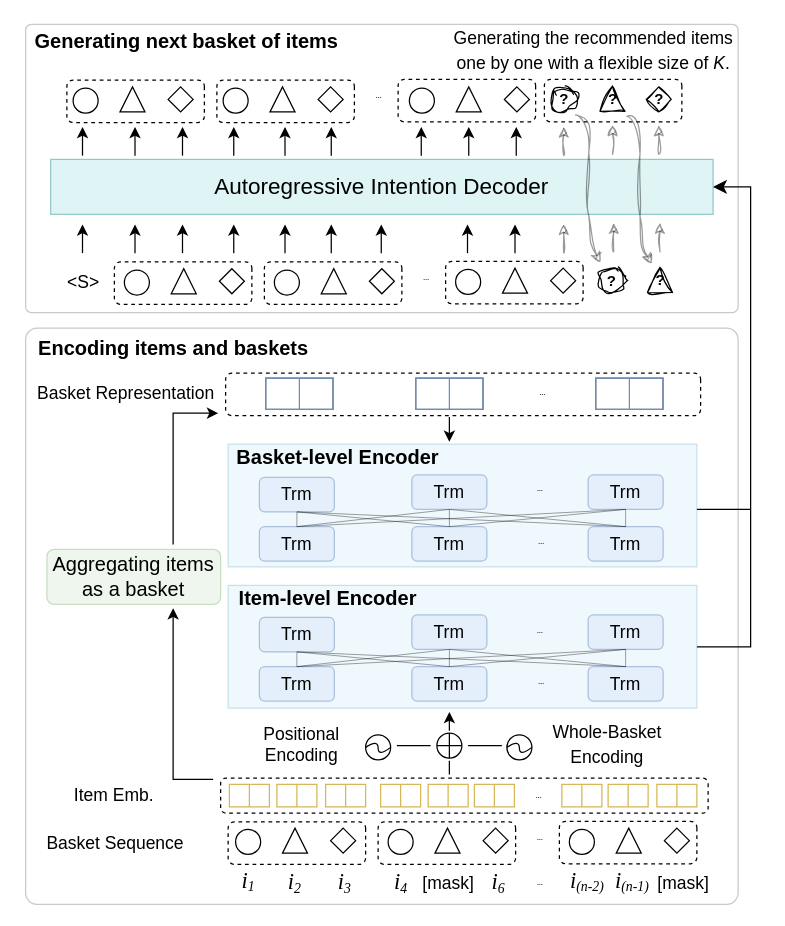
wenqisun/data keeps this draw.io diagram as architecture.drawio. Above is the earlier version. Source tidied: cells renumbered, new cells numbered last; positions are measured from the earlier drawing's top-left corner, leaving out a move shared by most shapes. Both pictures are drawn from the tidied source at 125%, with x=0, y=0 at pixel (21, 21).
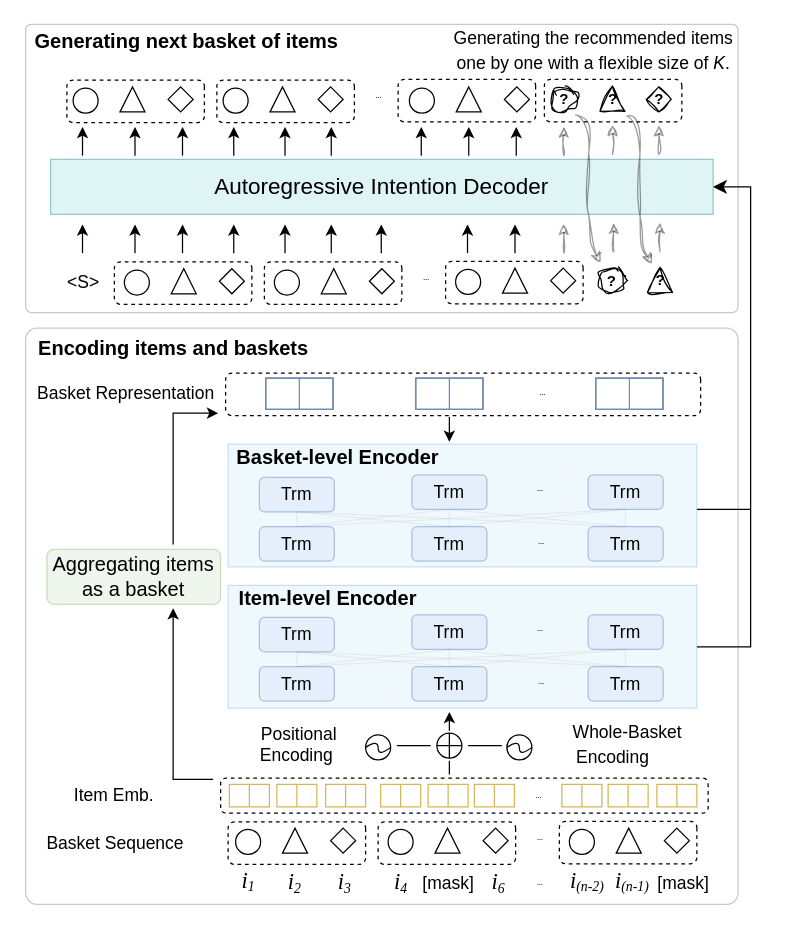
After the change.

Unchanged cells that the change refers to:
```xml
<mxCell id="76" style="group;" parent="1" vertex="1">
  <mxGeometry x="164" y="445" width="376" height="116" as="geometry" />
</mxCell>
<mxCell id="179" value="&lt;font style=&quot;font-size: 14px;&quot;&gt;Trm&lt;/font&gt;" style="rounded=1;whiteSpace=wrap;html=1;fillColor=#dae8fc;strokeColor=#6c8ebf;gradientColor=none;opacity=50;" parent="1" vertex="1">
  <mxGeometry x="190" y="364.4" width="60" height="27.6" as="geometry" />
</mxCell>
<mxCell id="180" value="&lt;font style=&quot;font-size: 14px;&quot;&gt;Trm&lt;/font&gt;" style="rounded=1;whiteSpace=wrap;html=1;fillColor=#dae8fc;strokeColor=#6c8ebf;opacity=50;" parent="1" vertex="1">
  <mxGeometry x="312" y="362.4" width="60" height="27.6" as="geometry" />
</mxCell>
<mxCell id="181" value="&lt;font style=&quot;font-size: 14px;&quot;&gt;Trm&lt;/font&gt;" style="rounded=1;whiteSpace=wrap;html=1;fillColor=#dae8fc;strokeColor=#6c8ebf;opacity=50;" parent="1" vertex="1">
  <mxGeometry x="453" y="362.4" width="60" height="27.6" as="geometry" />
</mxCell>
<mxCell id="182" value="&lt;font style=&quot;font-size: 14px;&quot;&gt;Trm&lt;/font&gt;" style="rounded=1;whiteSpace=wrap;html=1;fillColor=#dae8fc;strokeColor=#6c8ebf;opacity=50;" parent="1" vertex="1">
  <mxGeometry x="190" y="403.8" width="60" height="27.6" as="geometry" />
</mxCell>
<mxCell id="183" value="&lt;font style=&quot;font-size: 14px;&quot;&gt;Trm&lt;/font&gt;" style="rounded=1;whiteSpace=wrap;html=1;fillColor=#dae8fc;strokeColor=#6c8ebf;opacity=50;" parent="1" vertex="1">
  <mxGeometry x="312" y="403.8" width="60" height="27.6" as="geometry" />
</mxCell>
<mxCell id="184" value="&lt;font style=&quot;font-size: 14px;&quot;&gt;Trm&lt;/font&gt;" style="rounded=1;whiteSpace=wrap;html=1;fillColor=#dae8fc;strokeColor=#6c8ebf;opacity=50;" parent="1" vertex="1">
  <mxGeometry x="453" y="403.8" width="60" height="27.6" as="geometry" />
</mxCell>
```

Change to the diagram source:
```diff
@@
-    <mxCell id="78" value="&lt;font style=&quot;font-size: 14px;&quot;&gt;Trm&lt;/font&gt;" style="rounded=1;whiteSpace=wrap;html=1;fillColor=#dae8fc;strokeColor=#6c8ebf;gradientColor=none;opacity=50;" parent="76" vertex="1">
-      <mxGeometry x="26" y="31.4" width="60" height="27.6" as="geometry" />
-    </mxCell>
-    <mxCell id="79" value="&lt;font style=&quot;font-size: 14px;&quot;&gt;Trm&lt;/font&gt;" style="rounded=1;whiteSpace=wrap;html=1;fillColor=#dae8fc;strokeColor=#6c8ebf;opacity=50;" parent="76" vertex="1">
-      <mxGeometry x="148" y="29.4" width="60" height="27.6" as="geometry" />
-    </mxCell>
-    <mxCell id="80" value="&lt;font style=&quot;font-size: 14px;&quot;&gt;Trm&lt;/font&gt;" style="rounded=1;whiteSpace=wrap;html=1;fillColor=#dae8fc;strokeColor=#6c8ebf;opacity=50;" parent="76" vertex="1">
-      <mxGeometry x="289" y="29.4" width="60" height="27.6" as="geometry" />
-    </mxCell>
-    <mxCell id="81" value="&lt;font style=&quot;font-size: 14px;&quot;&gt;Trm&lt;/font&gt;" style="rounded=1;whiteSpace=wrap;html=1;fillColor=#dae8fc;strokeColor=#6c8ebf;opacity=50;" parent="76" vertex="1">
-      <mxGeometry x="26" y="70.8" width="60" height="27.6" as="geometry" />
-    </mxCell>
-    <mxCell id="82" value="&lt;font style=&quot;font-size: 14px;&quot;&gt;Trm&lt;/font&gt;" style="rounded=1;whiteSpace=wrap;html=1;fillColor=#dae8fc;strokeColor=#6c8ebf;opacity=50;" parent="76" vertex="1">
-      <mxGeometry x="148" y="70.8" width="60" height="27.6" as="geometry" />
-    </mxCell>
-    <mxCell id="83" value="&lt;font style=&quot;font-size: 14px;&quot;&gt;Trm&lt;/font&gt;" style="rounded=1;whiteSpace=wrap;html=1;fillColor=#dae8fc;strokeColor=#6c8ebf;opacity=50;" parent="76" vertex="1">
-      <mxGeometry x="289" y="70.8" width="60" height="27.6" as="geometry" />
-    </mxCell>
-    <mxCell id="84" value="&lt;p style=&quot;line-height: 0%;&quot;&gt;&lt;font face=&quot;Comic Sans MS&quot;&gt;&lt;span style=&quot;font-size: 11px;&quot;&gt;...&lt;/span&gt;&lt;/font&gt;&lt;/p&gt;" style="text;strokeColor=none;align=center;fillColor=none;html=1;verticalAlign=middle;whiteSpace=wrap;rounded=0;dashed=1;" parent="76" vertex="1">
-      <mxGeometry x="236" y="25.8" width="30" height="27.6" as="geometry" />
-    </mxCell>
-    <mxCell id="85" value="&lt;p style=&quot;line-height: 0%;&quot;&gt;&lt;font face=&quot;Comic Sans MS&quot;&gt;&lt;span style=&quot;font-size: 11px;&quot;&gt;...&lt;/span&gt;&lt;/font&gt;&lt;/p&gt;" style="text;strokeColor=none;align=center;fillColor=none;html=1;verticalAlign=middle;whiteSpace=wrap;rounded=0;dashed=1;" parent="76" vertex="1">
-      <mxGeometry x="237" y="67.1" width="30" height="27.6" as="geometry" />
-    </mxCell>
@@
-    <mxCell id="87" style="endArrow=none;html=1;rounded=0;entryX=0.5;entryY=1;entryDx=0;entryDy=0;strokeWidth=0.3;exitX=0.5;exitY=0;exitDx=0;exitDy=0;" parent="76" edge="1" source="82" target="80">
-      <mxGeometry relative="1" as="geometry" />
-    </mxCell>
-    <mxCell id="88" style="endArrow=none;html=1;rounded=0;entryX=0.5;entryY=0;entryDx=0;entryDy=0;strokeWidth=0.3;exitX=0.5;exitY=1;exitDx=0;exitDy=0;" parent="76" edge="1" source="78" target="81">
-      <mxGeometry relative="1" as="geometry" />
-    </mxCell>
-    <mxCell id="89" style="endArrow=none;html=1;rounded=0;entryX=0.5;entryY=1;entryDx=0;entryDy=0;strokeWidth=0.3;exitX=0.5;exitY=0;exitDx=0;exitDy=0;" parent="76" edge="1" source="82" target="78">
-      <mxGeometry relative="1" as="geometry" />
-    </mxCell>
-    <mxCell id="90" style="endArrow=none;html=1;rounded=0;entryX=0.5;entryY=1;entryDx=0;entryDy=0;strokeWidth=0.3;exitX=0.5;exitY=0;exitDx=0;exitDy=0;" parent="76" edge="1" source="83" target="78">
-      <mxGeometry relative="1" as="geometry" />
-    </mxCell>
-    <mxCell id="91" style="endArrow=none;html=1;rounded=0;entryX=0.5;entryY=1;entryDx=0;entryDy=0;strokeWidth=0.3;exitX=0.5;exitY=0;exitDx=0;exitDy=0;" parent="76" edge="1" source="81" target="79">
-      <mxGeometry relative="1" as="geometry" />
-    </mxCell>
-    <mxCell id="92" style="endArrow=none;html=1;rounded=0;entryX=0.5;entryY=1;entryDx=0;entryDy=0;strokeWidth=0.3;exitX=0.5;exitY=0;exitDx=0;exitDy=0;" parent="76" edge="1" source="82" target="79">
-      <mxGeometry relative="1" as="geometry" />
-    </mxCell>
-    <mxCell id="93" style="endArrow=none;html=1;rounded=0;entryX=0.5;entryY=0;entryDx=0;entryDy=0;strokeWidth=0.3;exitX=0.5;exitY=1;exitDx=0;exitDy=0;" parent="76" edge="1" source="79" target="83">
-      <mxGeometry relative="1" as="geometry" />
-    </mxCell>
-    <mxCell id="94" style="endArrow=none;html=1;rounded=0;entryX=0.5;entryY=0;entryDx=0;entryDy=0;strokeWidth=0.3;exitX=0.5;exitY=1;exitDx=0;exitDy=0;" parent="76" edge="1" source="80" target="83">
-      <mxGeometry relative="1" as="geometry" />
-    </mxCell>
-    <mxCell id="95" style="endArrow=none;html=1;rounded=0;entryX=0.5;entryY=0;entryDx=0;entryDy=0;strokeWidth=0.3;exitX=0.5;exitY=1;exitDx=0;exitDy=0;" parent="76" edge="1" source="80" target="81">
-      <mxGeometry relative="1" as="geometry" />
-    </mxCell>
@@
-    <mxCell id="104" value="&lt;font style=&quot;font-size: 14px;&quot;&gt;Positional Encoding&lt;/font&gt;" style="text;strokeColor=none;align=center;fillColor=none;html=1;verticalAlign=middle;whiteSpace=wrap;rounded=0;fontSize=14;" parent="1" vertex="1">
-      <mxGeometry x="184" y="560" width="80" height="36" as="geometry" />
+    <mxCell id="104" value="&lt;font style=&quot;font-size: 14px;&quot;&gt;&amp;nbsp;Positional Encoding&lt;/font&gt;" style="text;strokeColor=none;align=center;fillColor=none;html=1;verticalAlign=middle;whiteSpace=wrap;rounded=0;fontSize=14;" parent="1" vertex="1">
+      <mxGeometry x="180" y="560" width="80" height="36" as="geometry" />
     </mxCell>
-    <mxCell id="105" value="&lt;font style=&quot;font-size: 14px;&quot;&gt;Whole-Basket Encoding&lt;/font&gt;" style="text;strokeColor=none;align=center;fillColor=none;html=1;verticalAlign=middle;whiteSpace=wrap;rounded=0;fontSize=16;" parent="1" vertex="1">
-      <mxGeometry x="416.5" y="562" width="103" height="30" as="geometry" />
+    <mxCell id="105" value="&lt;font style=&quot;font-size: 14px;&quot;&gt;&amp;nbsp; &amp;nbsp; &amp;nbsp; Whole-Basket Encoding&lt;/font&gt;" style="text;strokeColor=none;align=center;fillColor=none;html=1;verticalAlign=middle;whiteSpace=wrap;rounded=0;fontSize=16;" parent="1" vertex="1">
+      <mxGeometry x="413" y="562" width="120" height="30" as="geometry" />
     </mxCell>
@@
-    <mxCell id="186" style="endArrow=none;html=1;rounded=0;entryX=0.5;entryY=1;entryDx=0;entryDy=0;strokeWidth=0.3;exitX=0.5;exitY=0;exitDx=0;exitDy=0;" parent="1" edge="1" source="183" target="181">
-      <mxGeometry relative="1" as="geometry" />
-    </mxCell>
+    <mxCell id="195" value="&lt;p style=&quot;line-height: 0%;&quot;&gt;&lt;font face=&quot;Comic Sans MS&quot;&gt;&lt;span style=&quot;font-size: 11px;&quot;&gt;...&lt;/span&gt;&lt;/font&gt;&lt;/p&gt;" style="text;strokeColor=none;align=center;fillColor=none;html=1;verticalAlign=middle;whiteSpace=wrap;rounded=0;dashed=1;" parent="1" vertex="1">
+      <mxGeometry x="400" y="357.8" width="30" height="27.6" as="geometry" />
+    </mxCell>
-    <mxCell id="187" style="endArrow=none;html=1;rounded=0;entryX=0.5;entryY=0;entryDx=0;entryDy=0;strokeWidth=0.3;exitX=0.5;exitY=1;exitDx=0;exitDy=0;" parent="1" edge="1" source="179" target="182">
+    <mxCell id="187" style="endArrow=none;html=1;rounded=0;strokeColor=#737373;strokeWidth=0.1;exitX=0.5;exitY=1;exitDx=0;exitDy=0;entryX=0.5;entryY=0;entryDx=0;entryDy=0;" parent="1" edge="1" source="179" target="182">
       <mxGeometry relative="1" as="geometry" />
     </mxCell>
+    <mxCell id="196" style="endArrow=none;html=1;rounded=0;strokeColor=#737373;strokeWidth=0.1;exitX=0.5;exitY=1;exitDx=0;exitDy=0;entryX=0.5;entryY=0;entryDx=0;entryDy=0;" parent="1" edge="1" source="180" target="182">
+      <mxGeometry relative="1" as="geometry" />
+    </mxCell>
+    <mxCell id="189" style="endArrow=none;html=1;rounded=0;strokeColor=#737373;strokeWidth=0.1;exitX=0.5;exitY=0;exitDx=0;exitDy=0;entryX=0.5;entryY=1;entryDx=0;entryDy=0;" parent="1" edge="1" source="184" target="179">
+      <mxGeometry relative="1" as="geometry" />
+    </mxCell>
-    <mxCell id="188" style="endArrow=none;html=1;rounded=0;entryX=0.5;entryY=1;entryDx=0;entryDy=0;strokeWidth=0.3;exitX=0.5;exitY=0;exitDx=0;exitDy=0;" parent="1" edge="1" source="183" target="179">
+    <mxCell id="188" style="endArrow=none;html=1;rounded=0;strokeColor=#737373;strokeWidth=0.1;exitX=0.5;exitY=0;exitDx=0;exitDy=0;entryX=0.5;entryY=1;entryDx=0;entryDy=0;" parent="1" edge="1" source="183" target="179">
       <mxGeometry relative="1" as="geometry" />
     </mxCell>
-    <mxCell id="189" style="endArrow=none;html=1;rounded=0;entryX=0.5;entryY=1;entryDx=0;entryDy=0;strokeWidth=0.3;exitX=0.5;exitY=0;exitDx=0;exitDy=0;" parent="1" edge="1" source="184" target="179">
-      <mxGeometry relative="1" as="geometry" />
-    </mxCell>
-    <mxCell id="190" style="endArrow=none;html=1;rounded=0;entryX=0.5;entryY=1;entryDx=0;entryDy=0;strokeWidth=0.3;exitX=0.5;exitY=0;exitDx=0;exitDy=0;" parent="1" edge="1" source="182" target="180">
-      <mxGeometry relative="1" as="geometry" />
-    </mxCell>
+    <mxCell id="197" style="endArrow=none;html=1;rounded=0;strokeColor=#737373;strokeWidth=0.1;exitX=0.5;exitY=0;exitDx=0;exitDy=0;entryX=0.5;entryY=1;entryDx=0;entryDy=0;" parent="1" edge="1" source="184" target="181">
+      <mxGeometry relative="1" as="geometry" />
+    </mxCell>
+    <mxCell id="198" style="endArrow=none;html=1;rounded=0;strokeColor=#737373;strokeWidth=0.1;exitX=0.5;exitY=1;exitDx=0;exitDy=0;entryX=0.5;entryY=0;entryDx=0;entryDy=0;" parent="1" edge="1" source="181" target="183">
+      <mxGeometry relative="1" as="geometry" />
+    </mxCell>
+    <mxCell id="194" style="endArrow=none;html=1;rounded=0;strokeColor=#737373;strokeWidth=0.1;exitX=0.5;exitY=1;exitDx=0;exitDy=0;entryX=0.5;entryY=0;entryDx=0;entryDy=0;" parent="1" edge="1" source="181" target="182">
+      <mxGeometry relative="1" as="geometry" />
+    </mxCell>
+    <mxCell id="192" style="endArrow=none;html=1;rounded=0;strokeColor=#737373;strokeWidth=0.1;exitX=0.5;exitY=1;exitDx=0;exitDy=0;entryX=0.5;entryY=0;entryDx=0;entryDy=0;" parent="1" edge="1" source="180" target="184">
+      <mxGeometry relative="1" as="geometry" />
+    </mxCell>
-    <mxCell id="191" style="endArrow=none;html=1;rounded=0;entryX=0.5;entryY=1;entryDx=0;entryDy=0;strokeWidth=0.3;exitX=0.5;exitY=0;exitDx=0;exitDy=0;" parent="1" edge="1" source="183" target="180">
+    <mxCell id="191" style="endArrow=none;html=1;rounded=0;strokeColor=#737373;strokeWidth=0.1;exitX=0.5;exitY=0;exitDx=0;exitDy=0;entryX=0.5;entryY=1;entryDx=0;entryDy=0;" parent="1" edge="1" source="183" target="180">
       <mxGeometry relative="1" as="geometry" />
     </mxCell>
-    <mxCell id="192" style="endArrow=none;html=1;rounded=0;entryX=0.5;entryY=0;entryDx=0;entryDy=0;strokeWidth=0.3;exitX=0.5;exitY=1;exitDx=0;exitDy=0;" parent="1" edge="1" source="180" target="184">
-      <mxGeometry relative="1" as="geometry" />
-    </mxCell>
-    <mxCell id="193" style="endArrow=none;html=1;rounded=0;entryX=0.5;entryY=0;entryDx=0;entryDy=0;strokeWidth=0.3;exitX=0.5;exitY=1;exitDx=0;exitDy=0;" parent="1" edge="1" source="181" target="184">
-      <mxGeometry relative="1" as="geometry" />
-    </mxCell>
-    <mxCell id="194" style="endArrow=none;html=1;rounded=0;entryX=0.5;entryY=0;entryDx=0;entryDy=0;strokeWidth=0.3;exitX=0.5;exitY=1;exitDx=0;exitDy=0;" parent="1" edge="1" source="181" target="182">
-      <mxGeometry relative="1" as="geometry" />
-    </mxCell>
-    <mxCell id="195" value="&lt;p style=&quot;line-height: 0%;&quot;&gt;&lt;font face=&quot;Comic Sans MS&quot;&gt;&lt;span style=&quot;font-size: 11px;&quot;&gt;...&lt;/span&gt;&lt;/font&gt;&lt;/p&gt;" style="text;strokeColor=none;align=center;fillColor=none;html=1;verticalAlign=middle;whiteSpace=wrap;rounded=0;dashed=1;" parent="1" vertex="1">
-      <mxGeometry x="400" y="357.8" width="30" height="27.6" as="geometry" />
-    </mxCell>
+    <mxCell id="78" value="&lt;font style=&quot;font-size: 14px;&quot;&gt;Trm&lt;/font&gt;" style="rounded=1;whiteSpace=wrap;html=1;fillColor=#dae8fc;strokeColor=#6c8ebf;gradientColor=none;opacity=50;" parent="1" vertex="1">
+      <mxGeometry x="190" y="476.4" width="60" height="27.6" as="geometry" />
+    </mxCell>
+    <mxCell id="199" value="&lt;font style=&quot;font-size: 14px;&quot;&gt;Trm&lt;/font&gt;" style="rounded=1;whiteSpace=wrap;html=1;fillColor=#dae8fc;strokeColor=#6c8ebf;opacity=50;" parent="1" vertex="1">
+      <mxGeometry x="312" y="474.4" width="60" height="27.6" as="geometry" />
+    </mxCell>
+    <mxCell id="200" value="&lt;font style=&quot;font-size: 14px;&quot;&gt;Trm&lt;/font&gt;" style="rounded=1;whiteSpace=wrap;html=1;fillColor=#dae8fc;strokeColor=#6c8ebf;opacity=50;" parent="1" vertex="1">
+      <mxGeometry x="453" y="474.4" width="60" height="27.6" as="geometry" />
+    </mxCell>
+    <mxCell id="201" value="&lt;font style=&quot;font-size: 14px;&quot;&gt;Trm&lt;/font&gt;" style="rounded=1;whiteSpace=wrap;html=1;fillColor=#dae8fc;strokeColor=#6c8ebf;opacity=50;" parent="1" vertex="1">
+      <mxGeometry x="190" y="515.8" width="60" height="27.6" as="geometry" />
+    </mxCell>
+    <mxCell id="202" value="&lt;font style=&quot;font-size: 14px;&quot;&gt;Trm&lt;/font&gt;" style="rounded=1;whiteSpace=wrap;html=1;fillColor=#dae8fc;strokeColor=#6c8ebf;opacity=50;" parent="1" vertex="1">
+      <mxGeometry x="312" y="515.8" width="60" height="27.6" as="geometry" />
+    </mxCell>
+    <mxCell id="203" value="&lt;font style=&quot;font-size: 14px;&quot;&gt;Trm&lt;/font&gt;" style="rounded=1;whiteSpace=wrap;html=1;fillColor=#dae8fc;strokeColor=#6c8ebf;opacity=50;" parent="1" vertex="1">
+      <mxGeometry x="453" y="515.8" width="60" height="27.6" as="geometry" />
+    </mxCell>
+    <mxCell id="204" value="&lt;p style=&quot;line-height: 0%;&quot;&gt;&lt;font face=&quot;Comic Sans MS&quot;&gt;&lt;span style=&quot;font-size: 11px;&quot;&gt;...&lt;/span&gt;&lt;/font&gt;&lt;/p&gt;" style="text;strokeColor=none;align=center;fillColor=none;html=1;verticalAlign=middle;whiteSpace=wrap;rounded=0;dashed=1;" parent="1" vertex="1">
+      <mxGeometry x="401" y="512.1" width="30" height="27.6" as="geometry" />
+    </mxCell>
+    <mxCell id="205" value="&lt;p style=&quot;line-height: 0%;&quot;&gt;&lt;font face=&quot;Comic Sans MS&quot;&gt;&lt;span style=&quot;font-size: 11px;&quot;&gt;...&lt;/span&gt;&lt;/font&gt;&lt;/p&gt;" style="text;strokeColor=none;align=center;fillColor=none;html=1;verticalAlign=middle;whiteSpace=wrap;rounded=0;dashed=1;" parent="1" vertex="1">
+      <mxGeometry x="400" y="469.8" width="30" height="27.6" as="geometry" />
+    </mxCell>
+    <mxCell id="206" style="endArrow=none;html=1;rounded=0;strokeColor=#737373;strokeWidth=0.1;exitX=0.5;exitY=1;exitDx=0;exitDy=0;entryX=0.5;entryY=0;entryDx=0;entryDy=0;" parent="1" edge="1" source="78" target="201">
+      <mxGeometry relative="1" as="geometry" />
+    </mxCell>
+    <mxCell id="207" style="endArrow=none;html=1;rounded=0;strokeColor=#737373;strokeWidth=0.1;exitX=0.5;exitY=1;exitDx=0;exitDy=0;entryX=0.5;entryY=0;entryDx=0;entryDy=0;" parent="1" edge="1" source="199" target="201">
+      <mxGeometry relative="1" as="geometry" />
+    </mxCell>
+    <mxCell id="208" style="endArrow=none;html=1;rounded=0;strokeColor=#737373;strokeWidth=0.1;exitX=0.5;exitY=0;exitDx=0;exitDy=0;entryX=0.5;entryY=1;entryDx=0;entryDy=0;" parent="1" edge="1" source="203" target="78">
+      <mxGeometry relative="1" as="geometry" />
+    </mxCell>
+    <mxCell id="209" style="endArrow=none;html=1;rounded=0;strokeColor=#737373;strokeWidth=0.1;exitX=0.5;exitY=0;exitDx=0;exitDy=0;entryX=0.5;entryY=1;entryDx=0;entryDy=0;" parent="1" edge="1" source="202" target="78">
+      <mxGeometry relative="1" as="geometry" />
+    </mxCell>
+    <mxCell id="210" style="endArrow=none;html=1;rounded=0;strokeColor=#737373;strokeWidth=0.1;exitX=0.5;exitY=0;exitDx=0;exitDy=0;entryX=0.5;entryY=1;entryDx=0;entryDy=0;" parent="1" edge="1" source="203" target="200">
+      <mxGeometry relative="1" as="geometry" />
+    </mxCell>
+    <mxCell id="211" style="endArrow=none;html=1;rounded=0;strokeColor=#737373;strokeWidth=0.1;exitX=0.5;exitY=1;exitDx=0;exitDy=0;entryX=0.5;entryY=0;entryDx=0;entryDy=0;" parent="1" edge="1" source="200" target="202">
+      <mxGeometry relative="1" as="geometry" />
+    </mxCell>
+    <mxCell id="212" style="endArrow=none;html=1;rounded=0;strokeColor=#737373;strokeWidth=0.1;exitX=0.5;exitY=1;exitDx=0;exitDy=0;entryX=0.5;entryY=0;entryDx=0;entryDy=0;" parent="1" edge="1" source="200" target="201">
+      <mxGeometry relative="1" as="geometry" />
+    </mxCell>
+    <mxCell id="213" style="endArrow=none;html=1;rounded=0;strokeColor=#737373;strokeWidth=0.1;exitX=0.5;exitY=1;exitDx=0;exitDy=0;entryX=0.5;entryY=0;entryDx=0;entryDy=0;" parent="1" edge="1" source="199" target="203">
+      <mxGeometry relative="1" as="geometry" />
+    </mxCell>
+    <mxCell id="214" style="endArrow=none;html=1;rounded=0;strokeColor=#737373;strokeWidth=0.1;exitX=0.5;exitY=0;exitDx=0;exitDy=0;entryX=0.5;entryY=1;entryDx=0;entryDy=0;" parent="1" edge="1" source="202" target="199">
+      <mxGeometry relative="1" as="geometry" />
+    </mxCell>
```
